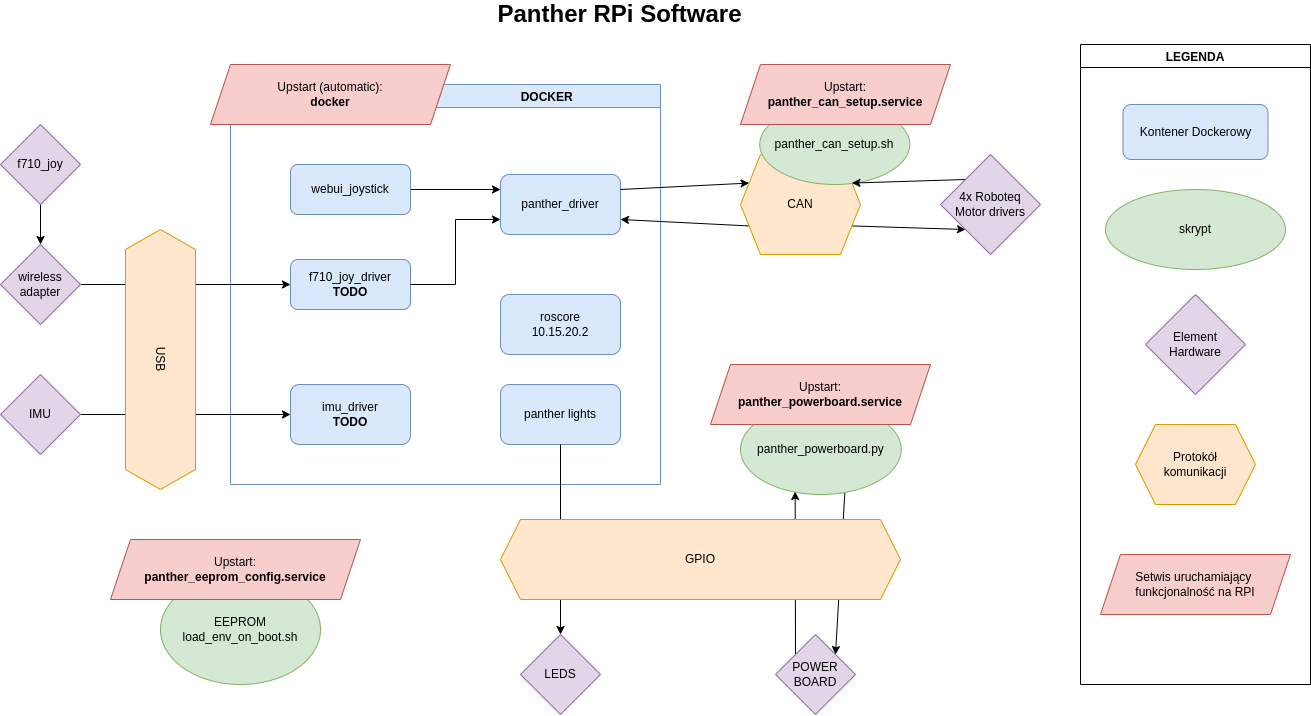
Before: docs/drawio/panther_diagram.png, a diagram exported from draw.io (husarion/panther_driver). Source tidied: cells renumbered, new cells last; positions are measured from the earlier drawing's top-left corner, leaving out a move shared by most shapes. Source of this version:
```xml
<mxGraphModel background="#ffffff">
  <root>
    <mxCell id="0" />
    <mxCell id="1" parent="0" />
    <mxCell id="2" value="                                                             DOCKER" style="swimlane;fillColor=#dae8fc;strokeColor=#6c8ebf;" parent="1" vertex="1">
      <mxGeometry x="230" y="80" width="430" height="400" as="geometry" />
    </mxCell>
    <mxCell id="3" value="imu_driver&lt;br&gt;&lt;b&gt;TODO&lt;/b&gt;" style="rounded=1;whiteSpace=wrap;html=1;fillColor=#dae8fc;strokeColor=#6c8ebf;" parent="2" vertex="1">
      <mxGeometry x="60" y="300" width="120" height="60" as="geometry" />
    </mxCell>
    <mxCell id="4" value="&lt;div&gt;Upstart (automatic):&lt;/div&gt;&lt;div&gt;&lt;b&gt;docker&lt;/b&gt;&lt;/div&gt;" style="shape=parallelogram;perimeter=parallelogramPerimeter;whiteSpace=wrap;html=1;fixedSize=1;fillColor=#f8cecc;strokeColor=#b85450;" parent="2" vertex="1">
      <mxGeometry x="-20" y="-20" width="240" height="60" as="geometry" />
    </mxCell>
    <mxCell id="5" value="panther lights" style="rounded=1;whiteSpace=wrap;html=1;fillColor=#dae8fc;strokeColor=#6c8ebf;" parent="2" vertex="1">
      <mxGeometry x="270" y="300" width="120" height="60" as="geometry" />
    </mxCell>
    <mxCell id="6" value="&lt;div&gt;roscore&lt;br&gt;10.15.20.2&lt;/div&gt;" style="rounded=1;whiteSpace=wrap;html=1;fillColor=#dae8fc;strokeColor=#6c8ebf;" parent="2" vertex="1">
      <mxGeometry x="270" y="210" width="120" height="60" as="geometry" />
    </mxCell>
    <mxCell id="7" value="f710_joy_driver&lt;br&gt;&lt;b&gt;TODO&lt;/b&gt;" style="rounded=1;whiteSpace=wrap;html=1;fillColor=#dae8fc;strokeColor=#6c8ebf;" parent="2" vertex="1">
      <mxGeometry x="60" y="175" width="120" height="50" as="geometry" />
    </mxCell>
    <mxCell id="8" value="&lt;div&gt;panther_driver&lt;br&gt;&lt;/div&gt;" style="rounded=1;whiteSpace=wrap;html=1;fillColor=#dae8fc;strokeColor=#6c8ebf;" parent="2" vertex="1">
      <mxGeometry x="270" y="90" width="120" height="60" as="geometry" />
    </mxCell>
    <mxCell id="9" style="edgeStyle=orthogonalEdgeStyle;rounded=0;jettySize=auto;html=1;entryX=0;entryY=0.75;entryDx=0;entryDy=0;" parent="2" edge="1" source="7" target="8">
      <mxGeometry relative="1" as="geometry" />
    </mxCell>
    <mxCell id="10" style="edgeStyle=none;html=1;entryX=0;entryY=0.25;entryDx=0;entryDy=0;" parent="2" edge="1" source="11" target="8">
      <mxGeometry relative="1" as="geometry" />
    </mxCell>
    <mxCell id="11" value="&lt;div&gt;webui_joystick&lt;/div&gt;" style="rounded=1;whiteSpace=wrap;html=1;fillColor=#dae8fc;strokeColor=#6c8ebf;" parent="2" vertex="1">
      <mxGeometry x="60" y="80" width="120" height="50" as="geometry" />
    </mxCell>
    <mxCell id="12" style="edgeStyle=none;html=1;exitX=0;exitY=0;exitDx=0;exitDy=0;entryX=0.34;entryY=0.967;entryDx=0;entryDy=0;entryPerimeter=0;" parent="1" edge="1" source="13" target="15">
      <mxGeometry relative="1" as="geometry" />
    </mxCell>
    <mxCell id="13" value="POWER&lt;br&gt;BOARD" style="rhombus;whiteSpace=wrap;html=1;fillColor=#e1d5e7;strokeColor=#9673a6;" parent="1" vertex="1">
      <mxGeometry x="775" y="630" width="80" height="80" as="geometry" />
    </mxCell>
    <mxCell id="14" style="edgeStyle=none;html=1;entryX=1;entryY=0;entryDx=0;entryDy=0;exitX=0.652;exitY=0.889;exitDx=0;exitDy=0;exitPerimeter=0;" parent="1" edge="1" source="15" target="13">
      <mxGeometry relative="1" as="geometry" />
    </mxCell>
    <mxCell id="15" value="panther_powerboard.py" style="ellipse;whiteSpace=wrap;html=1;fillColor=#d5e8d4;strokeColor=#82b366;" parent="1" vertex="1">
      <mxGeometry x="740" y="400" width="160.8" height="90" as="geometry" />
    </mxCell>
    <mxCell id="16" value="&lt;div&gt;Upstart:&lt;/div&gt;&lt;div&gt;&lt;b&gt;panther_powerboard.service&lt;/b&gt;&lt;br&gt;&lt;/div&gt;" style="shape=parallelogram;perimeter=parallelogramPerimeter;whiteSpace=wrap;html=1;fixedSize=1;fillColor=#f8cecc;strokeColor=#b85450;" parent="1" vertex="1">
      <mxGeometry x="710" y="360" width="220" height="60" as="geometry" />
    </mxCell>
    <mxCell id="17" value="LEGENDA" style="swimlane;" parent="1" vertex="1">
      <mxGeometry x="1080" y="40" width="230" height="640" as="geometry" />
    </mxCell>
    <mxCell id="18" value="Kontener Dockerowy" style="rounded=1;whiteSpace=wrap;html=1;fillColor=#dae8fc;strokeColor=#6c8ebf;" parent="17" vertex="1">
      <mxGeometry x="42.5" y="60" width="145" height="55" as="geometry" />
    </mxCell>
    <mxCell id="19" value="skrypt" style="ellipse;whiteSpace=wrap;html=1;fillColor=#d5e8d4;strokeColor=#82b366;" parent="17" vertex="1">
      <mxGeometry x="25" y="145" width="180" height="80" as="geometry" />
    </mxCell>
    <mxCell id="20" value="Element&lt;br&gt;Hardware" style="rhombus;whiteSpace=wrap;html=1;fillColor=#e1d5e7;strokeColor=#9673a6;" parent="17" vertex="1">
      <mxGeometry x="65" y="250" width="100" height="100" as="geometry" />
    </mxCell>
    <mxCell id="21" value="Protokół&lt;br&gt;komunikacji" style="shape=hexagon;perimeter=hexagonPerimeter2;whiteSpace=wrap;html=1;fixedSize=1;fillColor=#ffe6cc;strokeColor=#d79b00;" parent="17" vertex="1">
      <mxGeometry x="55" y="380" width="120" height="80" as="geometry" />
    </mxCell>
    <mxCell id="22" value="Setwis uruchamiający &lt;br&gt;funkcjonalność na RPI" style="shape=parallelogram;perimeter=parallelogramPerimeter;whiteSpace=wrap;html=1;fixedSize=1;fillColor=#f8cecc;strokeColor=#b85450;" parent="17" vertex="1">
      <mxGeometry x="20" y="510" width="190" height="60" as="geometry" />
    </mxCell>
    <mxCell id="23" value="EEPROM&lt;br&gt;load_env_on_boot.sh" style="ellipse;whiteSpace=wrap;html=1;fillColor=#d5e8d4;strokeColor=#82b366;" parent="1" vertex="1">
      <mxGeometry x="160" y="570" width="160" height="110" as="geometry" />
    </mxCell>
    <mxCell id="24" value="&lt;div&gt;Upstart:&lt;/div&gt;&lt;div&gt;&lt;b&gt;panther_eeprom_config.service&lt;/b&gt;&lt;/div&gt;" style="shape=parallelogram;perimeter=parallelogramPerimeter;whiteSpace=wrap;html=1;fixedSize=1;fillColor=#f8cecc;strokeColor=#b85450;" parent="1" vertex="1">
      <mxGeometry x="110" y="535" width="250" height="60" as="geometry" />
    </mxCell>
    <mxCell id="25" style="edgeStyle=none;html=1;" parent="1" edge="1" source="26" target="3">
      <mxGeometry relative="1" as="geometry" />
    </mxCell>
    <mxCell id="26" value="IMU" style="rhombus;whiteSpace=wrap;html=1;fillColor=#e1d5e7;strokeColor=#9673a6;" parent="1" vertex="1">
      <mxGeometry y="370" width="80" height="80" as="geometry" />
    </mxCell>
    <mxCell id="27" style="edgeStyle=none;html=1;entryX=0.5;entryY=0;entryDx=0;entryDy=0;" parent="1" edge="1" source="28" target="30">
      <mxGeometry relative="1" as="geometry" />
    </mxCell>
    <mxCell id="28" value="f710_joy" style="rhombus;whiteSpace=wrap;html=1;fillColor=#e1d5e7;strokeColor=#9673a6;" parent="1" vertex="1">
      <mxGeometry y="120" width="80" height="80" as="geometry" />
    </mxCell>
    <mxCell id="29" style="edgeStyle=none;html=1;entryX=0;entryY=0.5;entryDx=0;entryDy=0;" parent="1" edge="1" source="30" target="7">
      <mxGeometry relative="1" as="geometry" />
    </mxCell>
    <mxCell id="30" value="wireless&lt;br&gt;adapter" style="rhombus;whiteSpace=wrap;html=1;fillColor=#e1d5e7;strokeColor=#9673a6;" parent="1" vertex="1">
      <mxGeometry y="240" width="80" height="80" as="geometry" />
    </mxCell>
    <mxCell id="31" style="edgeStyle=none;html=1;exitX=1;exitY=0.75;exitDx=0;exitDy=0;entryX=0;entryY=1;entryDx=0;entryDy=0;" parent="1" edge="1" source="33" target="37">
      <mxGeometry relative="1" as="geometry" />
    </mxCell>
    <mxCell id="32" style="edgeStyle=none;html=1;exitX=0;exitY=0.75;exitDx=0;exitDy=0;entryX=1;entryY=0.75;entryDx=0;entryDy=0;" parent="1" edge="1" source="33" target="8">
      <mxGeometry relative="1" as="geometry" />
    </mxCell>
    <mxCell id="33" value="CAN" style="shape=hexagon;perimeter=hexagonPerimeter2;whiteSpace=wrap;html=1;fixedSize=1;rotation=0;fillColor=#ffe6cc;strokeColor=#d79b00;" parent="1" vertex="1">
      <mxGeometry x="740" y="150" width="120" height="100" as="geometry" />
    </mxCell>
    <mxCell id="34" value="panther_can_setup.sh" style="ellipse;whiteSpace=wrap;html=1;fillColor=#d5e8d4;strokeColor=#82b366;" parent="1" vertex="1">
      <mxGeometry x="759.2" y="100" width="150" height="80" as="geometry" />
    </mxCell>
    <mxCell id="35" value="&lt;div&gt;Upstart:&lt;/div&gt;&lt;div&gt;&lt;b&gt;panther_can_setup.service&lt;/b&gt;&lt;/div&gt;" style="shape=parallelogram;perimeter=parallelogramPerimeter;whiteSpace=wrap;html=1;fixedSize=1;fillColor=#f8cecc;strokeColor=#b85450;" parent="1" vertex="1">
      <mxGeometry x="740" y="60" width="210" height="60" as="geometry" />
    </mxCell>
    <mxCell id="36" style="edgeStyle=none;html=1;exitX=0;exitY=0;exitDx=0;exitDy=0;entryX=1;entryY=0.25;entryDx=0;entryDy=0;" parent="1" edge="1" source="37" target="33">
      <mxGeometry relative="1" as="geometry" />
    </mxCell>
    <mxCell id="37" value="4x Roboteq&lt;br&gt;Motor drivers" style="rhombus;whiteSpace=wrap;html=1;fillColor=#e1d5e7;strokeColor=#9673a6;" parent="1" vertex="1">
      <mxGeometry x="940" y="150" width="100" height="100" as="geometry" />
    </mxCell>
    <mxCell id="38" value="LEDS" style="rhombus;whiteSpace=wrap;html=1;fillColor=#e1d5e7;strokeColor=#9673a6;" parent="1" vertex="1">
      <mxGeometry x="520" y="630" width="80" height="80" as="geometry" />
    </mxCell>
    <mxCell id="39" style="edgeStyle=none;html=1;entryX=0.5;entryY=0;entryDx=0;entryDy=0;" parent="1" edge="1" source="5" target="38">
      <mxGeometry relative="1" as="geometry" />
    </mxCell>
    <mxCell id="40" value="GPIO" style="shape=hexagon;perimeter=hexagonPerimeter2;whiteSpace=wrap;html=1;fixedSize=1;fillColor=#ffe6cc;strokeColor=#d79b00;" parent="1" vertex="1">
      <mxGeometry x="500" y="515" width="400" height="80" as="geometry" />
    </mxCell>
    <mxCell id="41" value="USB" style="shape=hexagon;perimeter=hexagonPerimeter2;whiteSpace=wrap;html=1;fixedSize=1;rotation=90;fillColor=#ffe6cc;strokeColor=#d79b00;" parent="1" vertex="1">
      <mxGeometry x="30" y="320" width="260" height="70" as="geometry" />
    </mxCell>
    <mxCell id="42" value="&lt;b&gt;&lt;font style=&quot;font-size: 24px&quot;&gt;Panther RPi Software&lt;/font&gt;&lt;/b&gt;" style="text;html=1;align=center;verticalAlign=middle;strokeColor=none;fillColor=none;" parent="1" vertex="1">
      <mxGeometry x="489.2" width="260" height="20" as="geometry" />
    </mxCell>
    <mxCell id="43" style="edgeStyle=none;html=1;exitX=1;exitY=0.25;exitDx=0;exitDy=0;entryX=0;entryY=0.25;entryDx=0;entryDy=0;" parent="1" edge="1" source="8" target="33">
      <mxGeometry relative="1" as="geometry" />
    </mxCell>
  </root>
</mxGraphModel>
```
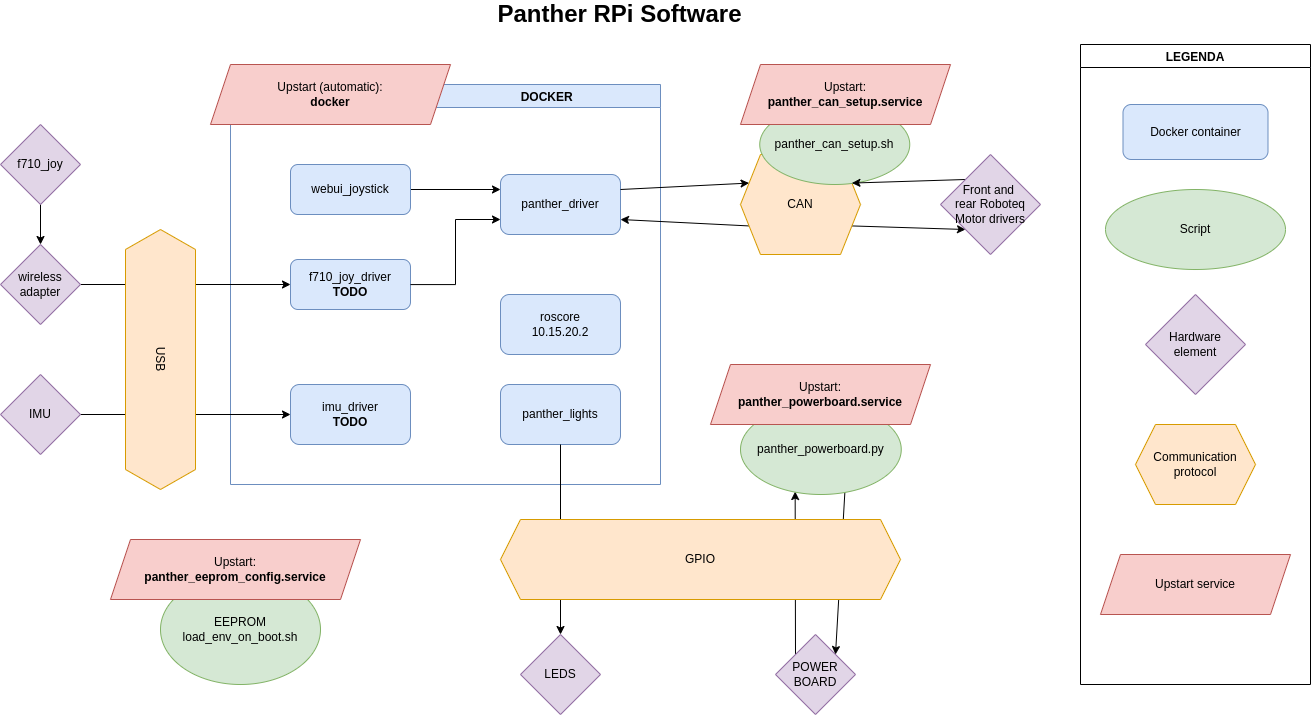
Above is the later version.

Commit message:
Documentation of diagram of panther software

What changed in the source:
```diff
@@ -11,7 +11,7 @@
     <mxCell id="4" value="&lt;div&gt;Upstart (automatic):&lt;/div&gt;&lt;div&gt;&lt;b&gt;docker&lt;/b&gt;&lt;/div&gt;" style="shape=parallelogram;perimeter=parallelogramPerimeter;whiteSpace=wrap;html=1;fixedSize=1;fillColor=#f8cecc;strokeColor=#b85450;" parent="2" vertex="1">
       <mxGeometry x="-20" y="-20" width="240" height="60" as="geometry" />
     </mxCell>
-    <mxCell id="5" value="panther lights" style="rounded=1;whiteSpace=wrap;html=1;fillColor=#dae8fc;strokeColor=#6c8ebf;" parent="2" vertex="1">
+    <mxCell id="5" value="panther_lights" style="rounded=1;whiteSpace=wrap;html=1;fillColor=#dae8fc;strokeColor=#6c8ebf;" parent="2" vertex="1">
       <mxGeometry x="270" y="300" width="120" height="60" as="geometry" />
     </mxCell>
     <mxCell id="6" value="&lt;div&gt;roscore&lt;br&gt;10.15.20.2&lt;/div&gt;" style="rounded=1;whiteSpace=wrap;html=1;fillColor=#dae8fc;strokeColor=#6c8ebf;" parent="2" vertex="1">
@@ -47,22 +47,22 @@
     <mxCell id="16" value="&lt;div&gt;Upstart:&lt;/div&gt;&lt;div&gt;&lt;b&gt;panther_powerboard.service&lt;/b&gt;&lt;br&gt;&lt;/div&gt;" style="shape=parallelogram;perimeter=parallelogramPerimeter;whiteSpace=wrap;html=1;fixedSize=1;fillColor=#f8cecc;strokeColor=#b85450;" parent="1" vertex="1">
       <mxGeometry x="710" y="360" width="220" height="60" as="geometry" />
     </mxCell>
-    <mxCell id="17" value="LEGENDA" style="swimlane;" parent="1" vertex="1">
+    <mxCell id="17" value="LEGENDA" style="swimlane;startSize=23;" parent="1" vertex="1">
       <mxGeometry x="1080" y="40" width="230" height="640" as="geometry" />
     </mxCell>
-    <mxCell id="18" value="Kontener Dockerowy" style="rounded=1;whiteSpace=wrap;html=1;fillColor=#dae8fc;strokeColor=#6c8ebf;" parent="17" vertex="1">
+    <mxCell id="18" value="Docker container" style="rounded=1;whiteSpace=wrap;html=1;fillColor=#dae8fc;strokeColor=#6c8ebf;" parent="17" vertex="1">
       <mxGeometry x="42.5" y="60" width="145" height="55" as="geometry" />
     </mxCell>
-    <mxCell id="19" value="skrypt" style="ellipse;whiteSpace=wrap;html=1;fillColor=#d5e8d4;strokeColor=#82b366;" parent="17" vertex="1">
+    <mxCell id="19" value="Script" style="ellipse;whiteSpace=wrap;html=1;fillColor=#d5e8d4;strokeColor=#82b366;" parent="17" vertex="1">
       <mxGeometry x="25" y="145" width="180" height="80" as="geometry" />
     </mxCell>
-    <mxCell id="20" value="Element&lt;br&gt;Hardware" style="rhombus;whiteSpace=wrap;html=1;fillColor=#e1d5e7;strokeColor=#9673a6;" parent="17" vertex="1">
+    <mxCell id="20" value="Hardware&lt;br&gt;element" style="rhombus;whiteSpace=wrap;html=1;fillColor=#e1d5e7;strokeColor=#9673a6;" parent="17" vertex="1">
       <mxGeometry x="65" y="250" width="100" height="100" as="geometry" />
     </mxCell>
-    <mxCell id="21" value="Protokół&lt;br&gt;komunikacji" style="shape=hexagon;perimeter=hexagonPerimeter2;whiteSpace=wrap;html=1;fixedSize=1;fillColor=#ffe6cc;strokeColor=#d79b00;" parent="17" vertex="1">
+    <mxCell id="21" value="Communication protocol" style="shape=hexagon;perimeter=hexagonPerimeter2;whiteSpace=wrap;html=1;fixedSize=1;fillColor=#ffe6cc;strokeColor=#d79b00;" parent="17" vertex="1">
       <mxGeometry x="55" y="380" width="120" height="80" as="geometry" />
     </mxCell>
-    <mxCell id="22" value="Setwis uruchamiający &lt;br&gt;funkcjonalność na RPI" style="shape=parallelogram;perimeter=parallelogramPerimeter;whiteSpace=wrap;html=1;fixedSize=1;fillColor=#f8cecc;strokeColor=#b85450;" parent="17" vertex="1">
+    <mxCell id="22" value="Upstart service" style="shape=parallelogram;perimeter=parallelogramPerimeter;whiteSpace=wrap;html=1;fixedSize=1;fillColor=#f8cecc;strokeColor=#b85450;" parent="17" vertex="1">
       <mxGeometry x="20" y="510" width="190" height="60" as="geometry" />
     </mxCell>
     <mxCell id="23" value="EEPROM&lt;br&gt;load_env_on_boot.sh" style="ellipse;whiteSpace=wrap;html=1;fillColor=#d5e8d4;strokeColor=#82b366;" parent="1" vertex="1">
@@ -107,7 +107,7 @@
     <mxCell id="36" style="edgeStyle=none;html=1;exitX=0;exitY=0;exitDx=0;exitDy=0;entryX=1;entryY=0.25;entryDx=0;entryDy=0;" parent="1" edge="1" source="37" target="33">
       <mxGeometry relative="1" as="geometry" />
     </mxCell>
-    <mxCell id="37" value="4x Roboteq&lt;br&gt;Motor drivers" style="rhombus;whiteSpace=wrap;html=1;fillColor=#e1d5e7;strokeColor=#9673a6;" parent="1" vertex="1">
+    <mxCell id="37" value="Front and &lt;br&gt;rear Roboteq&lt;br&gt;Motor drivers" style="rhombus;whiteSpace=wrap;html=1;fillColor=#e1d5e7;strokeColor=#9673a6;" parent="1" vertex="1">
       <mxGeometry x="940" y="150" width="100" height="100" as="geometry" />
     </mxCell>
     <mxCell id="38" value="LEDS" style="rhombus;whiteSpace=wrap;html=1;fillColor=#e1d5e7;strokeColor=#9673a6;" parent="1" vertex="1">
```
